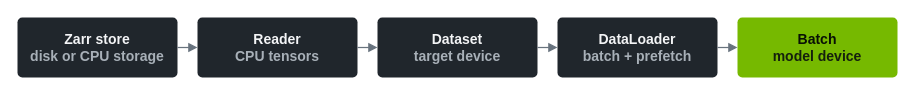
Before: notebooks/00-core-playbook/assets/zarr-data-flow.drawio in openhackathons-org/ALCHEMI-Bootcamp, a draw.io diagram. Source tidied: cells renumbered, new cells numbered last; positions are measured from the earlier drawing's top-left corner, leaving out a move shared by most shapes. Both pictures are drawn from the tidied source at 100%, with x=0, y=0 at pixel (17, 17).
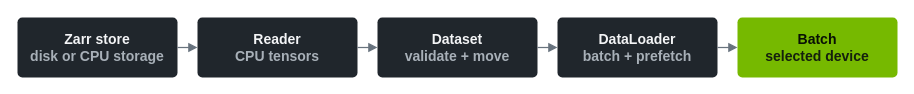
Above is the later version.

What changed in the source:
```diff
@@
 <mxGraphModel>
   <root>
     <mxCell id="0" />
     <mxCell id="1" parent="0" />
     <mxCell id="2" value="Zarr store&lt;br&gt;&lt;font color='#A8B0B8'&gt;disk or CPU storage&lt;/font&gt;" style="rounded=1;arcSize=8;whiteSpace=wrap;html=1;fillColor=#20262C;strokeColor=none;fontColor=#F3F4F6;fontFamily=NVIDIA Sans;fontSize=14;fontStyle=1;align=center;verticalAlign=middle;" parent="1" vertex="1">
       <mxGeometry width="160" height="60" as="geometry" />
     </mxCell>
     <mxCell id="3" value="Reader&lt;br&gt;&lt;font color='#A8B0B8'&gt;CPU tensors&lt;/font&gt;" style="rounded=1;arcSize=8;whiteSpace=wrap;html=1;fillColor=#20262C;strokeColor=none;fontColor=#F3F4F6;fontFamily=NVIDIA Sans;fontSize=14;fontStyle=1;align=center;verticalAlign=middle;" parent="1" vertex="1">
       <mxGeometry x="180" width="160" height="60" as="geometry" />
     </mxCell>
-    <mxCell id="4" value="Dataset&lt;br&gt;&lt;font color='#A8B0B8'&gt;target device&lt;/font&gt;" style="rounded=1;arcSize=8;whiteSpace=wrap;html=1;fillColor=#20262C;strokeColor=none;fontColor=#F3F4F6;fontFamily=NVIDIA Sans;fontSize=14;fontStyle=1;align=center;verticalAlign=middle;" parent="1" vertex="1">
+    <mxCell id="4" value="Dataset&lt;br&gt;&lt;font color='#A8B0B8'&gt;validate + move&lt;/font&gt;" style="rounded=1;arcSize=8;whiteSpace=wrap;html=1;fillColor=#20262C;strokeColor=none;fontColor=#F3F4F6;fontFamily=NVIDIA Sans;fontSize=14;fontStyle=1;align=center;verticalAlign=middle;" parent="1" vertex="1">
       <mxGeometry x="360" width="160" height="60" as="geometry" />
     </mxCell>
     <mxCell id="5" value="DataLoader&lt;br&gt;&lt;font color='#A8B0B8'&gt;batch + prefetch&lt;/font&gt;" style="rounded=1;arcSize=8;whiteSpace=wrap;html=1;fillColor=#20262C;strokeColor=none;fontColor=#F3F4F6;fontFamily=NVIDIA Sans;fontSize=14;fontStyle=1;align=center;verticalAlign=middle;" parent="1" vertex="1">
       <mxGeometry x="540" width="160" height="60" as="geometry" />
     </mxCell>
-    <mxCell id="6" value="Batch&lt;br&gt;&lt;font color='#15200D'&gt;model device&lt;/font&gt;" style="rounded=1;arcSize=8;whiteSpace=wrap;html=1;fillColor=#76B900;strokeColor=none;fontColor=#081005;fontFamily=NVIDIA Sans;fontSize=14;fontStyle=1;align=center;verticalAlign=middle;" parent="1" vertex="1">
+    <mxCell id="6" value="Batch&lt;br&gt;&lt;font color='#15200D'&gt;selected device&lt;/font&gt;" style="rounded=1;arcSize=8;whiteSpace=wrap;html=1;fillColor=#76B900;strokeColor=none;fontColor=#081005;fontFamily=NVIDIA Sans;fontSize=14;fontStyle=1;align=center;verticalAlign=middle;" parent="1" vertex="1">
       <mxGeometry x="720" width="160" height="60" as="geometry" />
     </mxCell>
     <mxCell id="7" style="edgeStyle=orthogonalEdgeStyle;rounded=1;strokeColor=#68737E;strokeWidth=1.25;endArrow=block;endFill=1;" parent="1" edge="1" source="2" target="3">
       <mxGeometry relative="1" as="geometry" />
     </mxCell>
     <mxCell id="8" style="edgeStyle=orthogonalEdgeStyle;rounded=1;strokeColor=#68737E;strokeWidth=1.25;endArrow=block;endFill=1;" parent="1" edge="1" source="3" target="4">
       <mxGeometry relative="1" as="geometry" />
     </mxCell>
     <mxCell id="9" style="edgeStyle=orthogonalEdgeStyle;rounded=1;strokeColor=#68737E;strokeWidth=1.25;endArrow=block;endFill=1;" parent="1" edge="1" source="4" target="5">
       <mxGeometry relative="1" as="geometry" />
     </mxCell>
     <mxCell id="10" style="edgeStyle=orthogonalEdgeStyle;rounded=1;strokeColor=#68737E;strokeWidth=1.25;endArrow=block;endFill=1;" parent="1" edge="1" source="5" target="6">
       <mxGeometry relative="1" as="geometry" />
     </mxCell>
   </root>
 </mxGraphModel>
```
